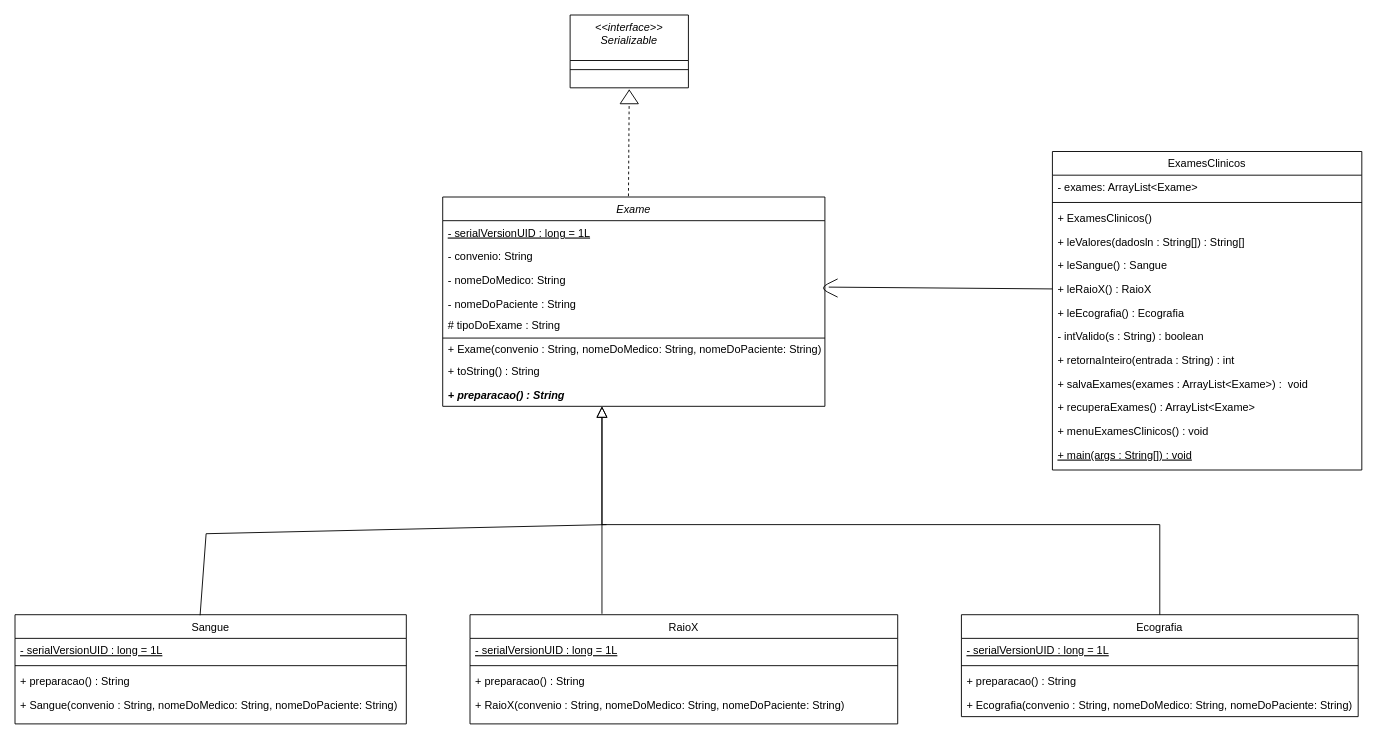
The draw.io diagram Untitled Diagram.drawio in ca-ayumi/POO, before the edit. Source tidied: cells renumbered, new cells numbered last; positions are measured from the earlier drawing's top-left corner, leaving out a move shared by most shapes. Both pictures are drawn from the tidied source at 91%, with x=0, y=0 at pixel (15, 15).
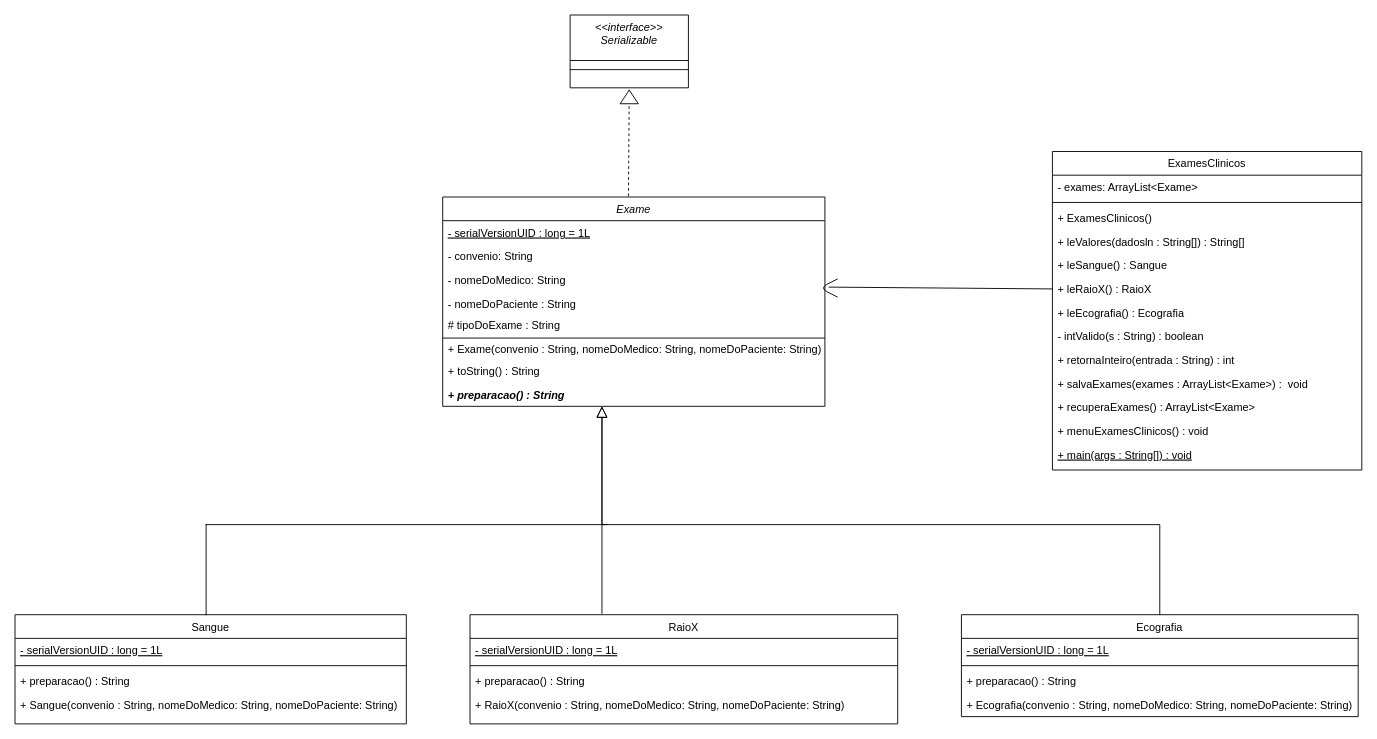
After the change.

Commit message:
Corrigindo flecha do "Sangue"

The change refers to these unchanged cells:
```xml
<mxCell id="38" value="Sangue" style="swimlane;fontStyle=0;align=center;verticalAlign=top;horizontal=1;startSize=26;rounded=0;shadow=0;strokeWidth=1;" parent="1" vertex="1">
  <mxGeometry y="659" width="430" height="120" as="geometry" />
</mxCell>
```

The edit, as a diff of the source:
```diff
@@
-    <mxCell id="49" style="endArrow=none;html=1;fontSize=12;exitX=0.473;exitY=0.005;exitDx=0;exitDy=0;exitPerimeter=0;" parent="1" edge="1" source="38">
-      <mxGeometry relative="1" as="geometry">
-        <mxPoint x="210" y="570" as="targetPoint" />
-      </mxGeometry>
-    </mxCell>
-    <mxCell id="50" style="endArrow=none;html=1;fontSize=12;" parent="1" edge="1">
-      <mxGeometry relative="1" as="geometry">
-        <mxPoint x="210" y="570" as="sourcePoint" />
-        <mxPoint x="650" y="560" as="targetPoint" />
-      </mxGeometry>
-    </mxCell>
+    <mxCell id="51" style="shape=partialRectangle;whiteSpace=wrap;html=1;bottom=0;right=0;fillColor=none;fontSize=12;" parent="1" vertex="1">
+      <mxGeometry x="210" y="560" width="440" height="99" as="geometry" />
+    </mxCell>
```
